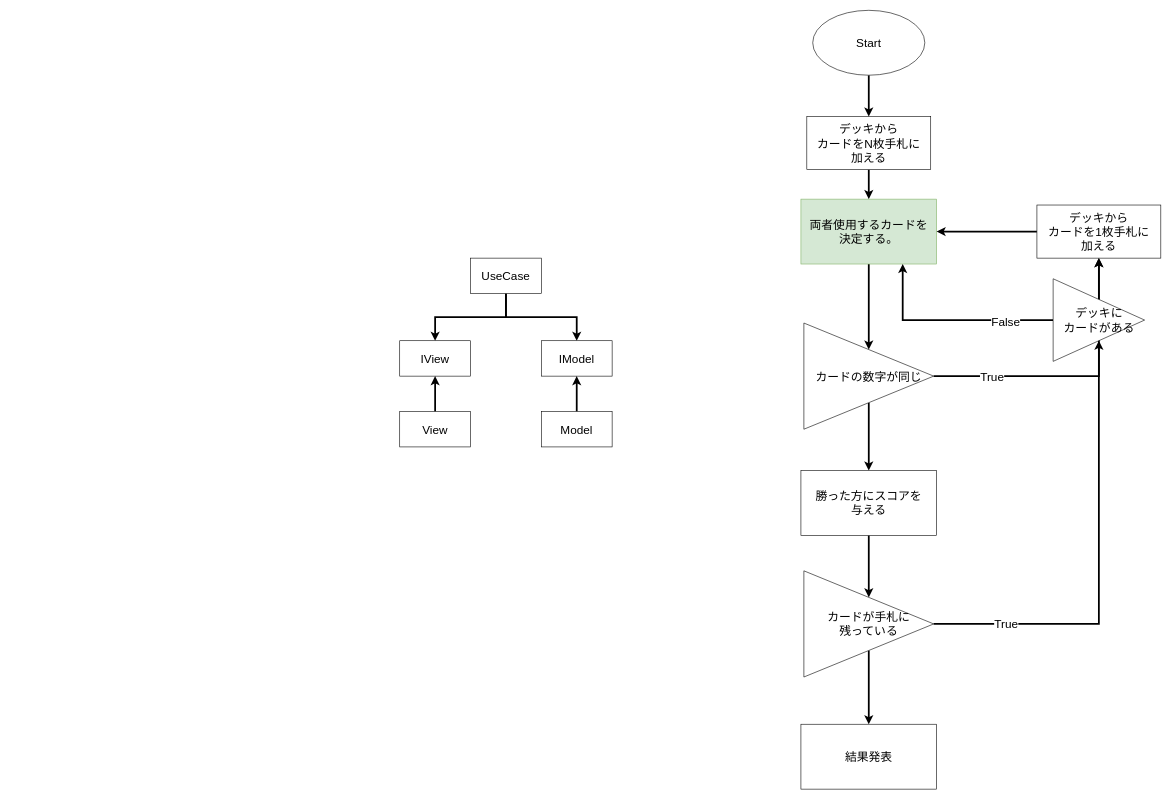
Earlier version of the draw.io diagram 2025winterGamejam/Docs/ClassDependency.drawio (ShotaKasuya/Team12025WinterGameJam). Source tidied: cells renumbered, new cells numbered last; positions are measured from the earlier drawing's top-left corner, leaving out a move shared by most shapes. Both pictures are drawn from the tidied source at 59%, with x=0, y=0 at pixel (399, 10).
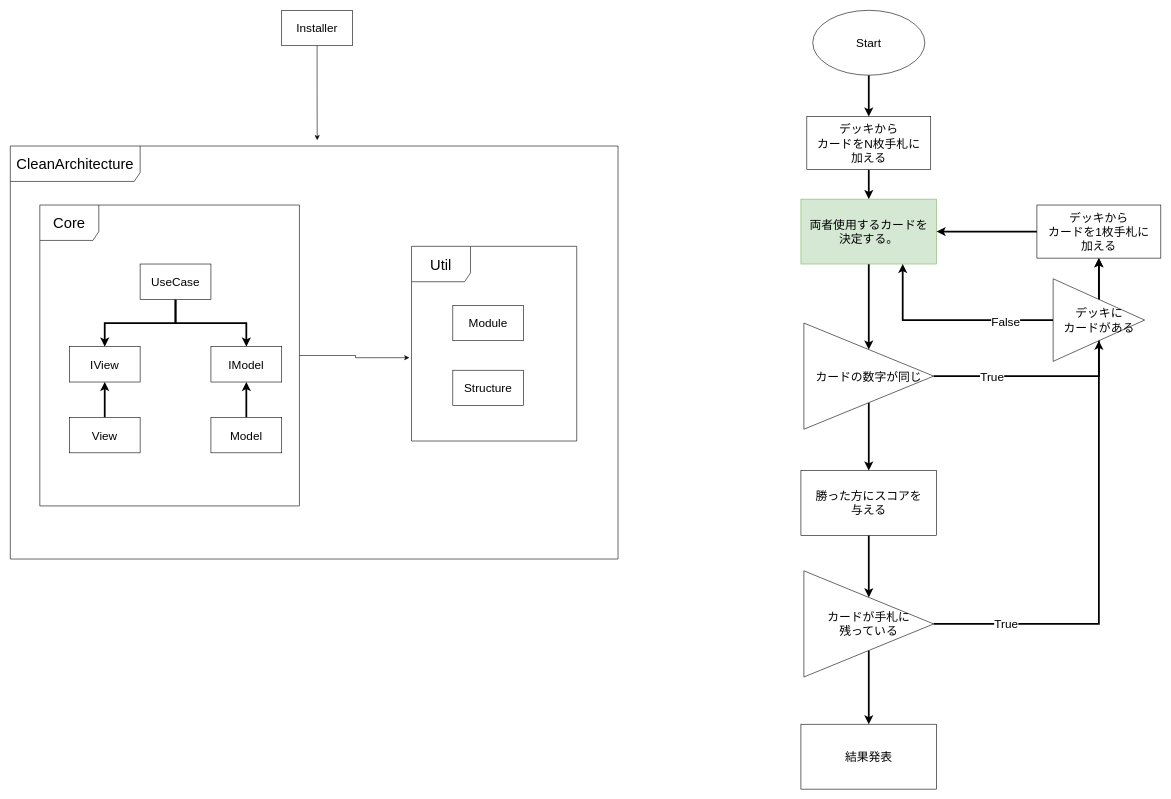
Above is the later version.

Diff of the diagram source:
```diff
@@
     <mxCell id="4" value="UseCase" style="rounded=0;whiteSpace=wrap;html=1;fontSize=20;" parent="1" vertex="1">
-      <mxGeometry x="120" y="420" width="120" height="60" as="geometry" />
+      <mxGeometry x="-440" y="430" width="120" height="60" as="geometry" />
     </mxCell>
     <mxCell id="5" value="IModel" style="rounded=0;whiteSpace=wrap;html=1;fontSize=20;" parent="1" vertex="1">
-      <mxGeometry x="240" y="560" width="120" height="60" as="geometry" />
+      <mxGeometry x="-320" y="570" width="120" height="60" as="geometry" />
     </mxCell>
     <mxCell id="6" value="IView" style="rounded=0;whiteSpace=wrap;html=1;fontSize=20;" parent="1" vertex="1">
-      <mxGeometry y="560" width="120" height="60" as="geometry" />
+      <mxGeometry x="-560" y="570" width="120" height="60" as="geometry" />
     </mxCell>
@@
     <mxCell id="8" value="Model" style="rounded=0;whiteSpace=wrap;html=1;fontSize=20;" parent="1" vertex="1">
-      <mxGeometry x="240" y="680" width="120" height="60" as="geometry" />
+      <mxGeometry x="-320" y="690" width="120" height="60" as="geometry" />
     </mxCell>
@@
     <mxCell id="10" value="View" style="rounded=0;whiteSpace=wrap;html=1;fontSize=20;" parent="1" vertex="1">
-      <mxGeometry y="680" width="120" height="60" as="geometry" />
+      <mxGeometry x="-560" y="690" width="120" height="60" as="geometry" />
     </mxCell>
@@
+    <mxCell id="34" value="Module" style="rounded=0;whiteSpace=wrap;html=1;fontSize=20;" parent="1" vertex="1">
+      <mxGeometry x="90" y="500" width="120" height="60" as="geometry" />
+    </mxCell>
+    <mxCell id="35" value="Structure" style="rounded=0;whiteSpace=wrap;html=1;fontSize=20;" parent="1" vertex="1">
+      <mxGeometry x="90" y="610" width="120" height="60" as="geometry" />
+    </mxCell>
+    <mxCell id="36" value="Util" style="shape=umlFrame;whiteSpace=wrap;html=1;width=100;height=60;fontSize=25;" parent="1" vertex="1">
+      <mxGeometry x="20" y="400" width="280" height="330" as="geometry" />
+    </mxCell>
+    <mxCell id="37" value="Core" style="shape=umlFrame;whiteSpace=wrap;html=1;width=100;height=60;fontSize=25;" parent="1" vertex="1">
+      <mxGeometry x="-610" y="330" width="440" height="510" as="geometry" />
+    </mxCell>
+    <mxCell id="38" value="Installer" style="rounded=0;whiteSpace=wrap;html=1;fontSize=20;" parent="1" vertex="1">
+      <mxGeometry x="-200" width="120" height="60" as="geometry" />
+    </mxCell>
+    <mxCell id="39" value="CleanArchitecture" style="shape=umlFrame;whiteSpace=wrap;html=1;width=220;height=60;fontSize=25;" parent="1" vertex="1">
+      <mxGeometry x="-660" y="230" width="1030" height="700" as="geometry" />
+    </mxCell>
+    <mxCell id="40" style="edgeStyle=orthogonalEdgeStyle;rounded=0;jettySize=auto;html=1;exitX=0.5;exitY=1;exitDx=0;exitDy=0;entryX=0.505;entryY=-0.014;entryDx=0;entryDy=0;entryPerimeter=0;" parent="1" edge="1" source="38" target="39">
+      <mxGeometry relative="1" as="geometry" />
+    </mxCell>
+    <mxCell id="41" style="edgeStyle=orthogonalEdgeStyle;rounded=0;jettySize=auto;html=1;entryX=-0.013;entryY=0.572;entryDx=0;entryDy=0;entryPerimeter=0;" parent="1" edge="1" source="37" target="36">
+      <mxGeometry relative="1" as="geometry" />
+    </mxCell>
```
